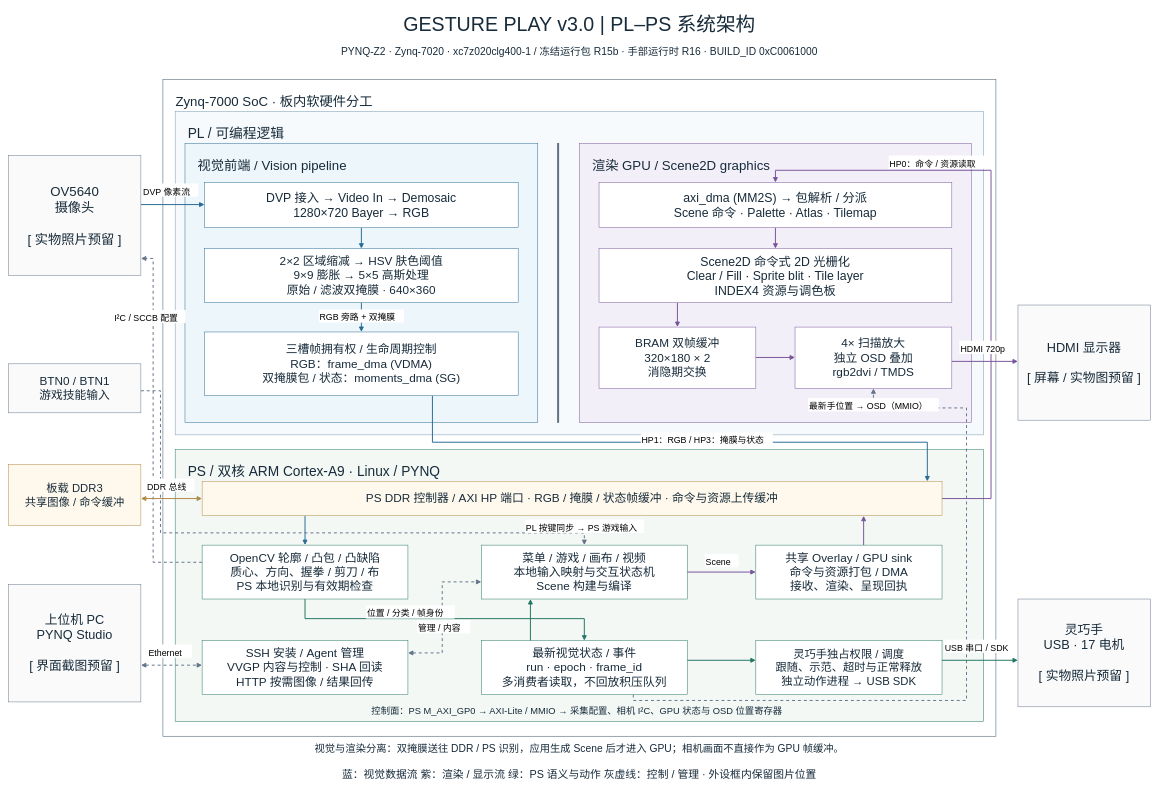
Above: project/report/figures/pl_ps_v3/detailed_v1/system.drawio in hyh2758832315/pynq-gesture-play (draw.io), before the change. Source tidied: cells renumbered, new cells numbered last; positions are measured from the earlier drawing's top-left corner, leaving out a move shared by most shapes. Both pictures are drawn from the tidied source at 49%, with x=0, y=0 at pixel (8, 8).
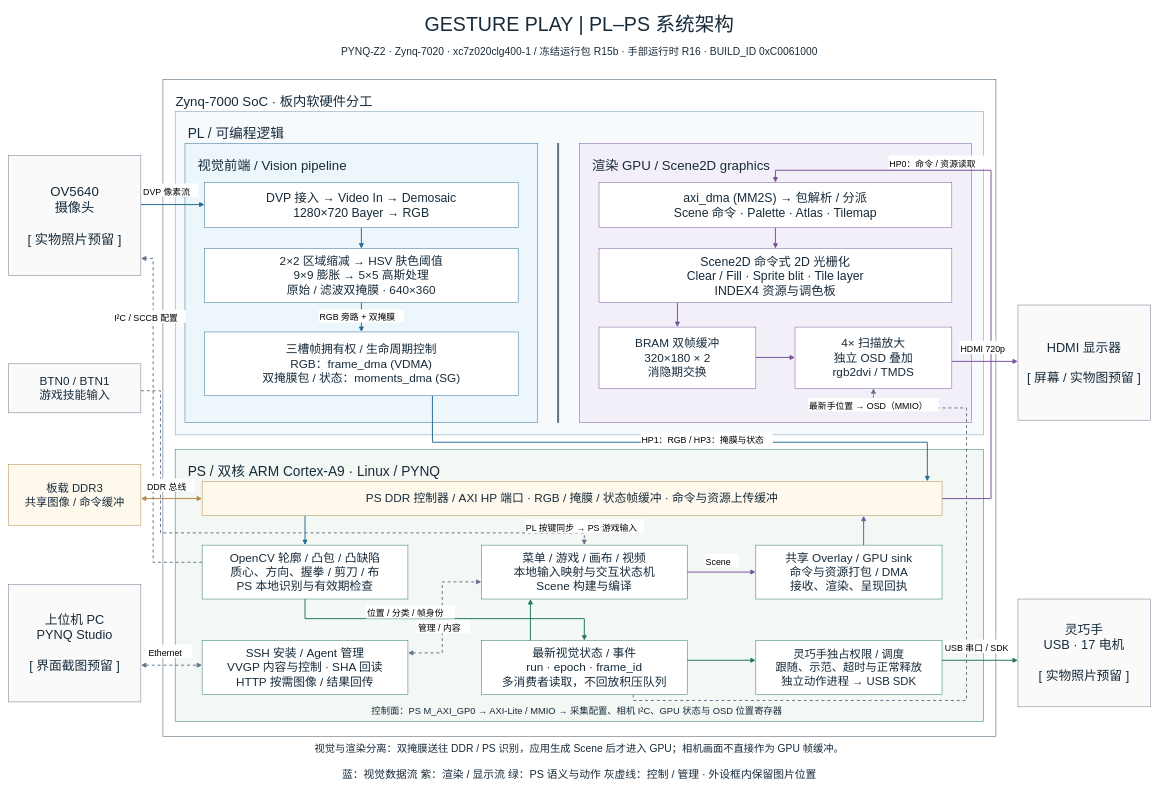
Above is the later version.

The edit, as a diff of the source:
```diff
@@
-    <mxCell id="29" value="GESTURE PLAY v3.0  |  PL–PS 系统架构" style="rounded=0;whiteSpace=wrap;html=0;fillColor=#ffffff;strokeColor=#64748b;fontColor=#172b3a;fontFamily=Microsoft YaHei;fontSize=40;spacing=12;fillColor=none;strokeColor=none;" parent="1" vertex="1">
+    <mxCell id="29" value="GESTURE PLAY  |  PL–PS 系统架构" style="rounded=0;whiteSpace=wrap;html=0;fillColor=#ffffff;strokeColor=#64748b;fontColor=#172b3a;fontFamily=Microsoft YaHei;fontSize=40;spacing=12;fillColor=none;strokeColor=none;" parent="1" vertex="1">
       <mxGeometry x="5" width="2320" height="62" as="geometry" />
     </mxCell>
```
